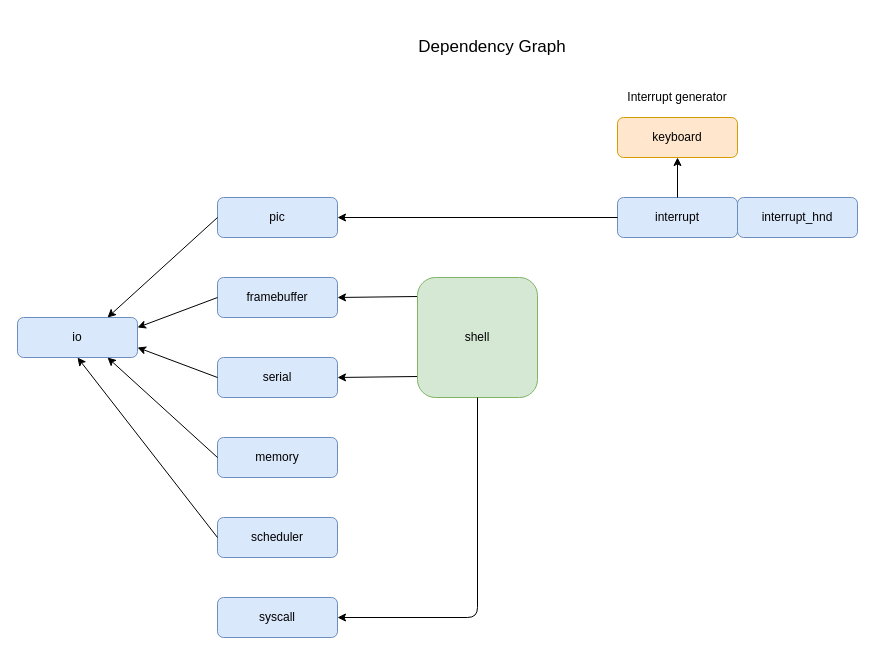
sandwichdoge/catchOS keeps this draw.io diagram as doc/Drafts/Dependency_Graph.drawio. Above is the earlier version. Source tidied: cells renumbered, new cells numbered last; positions are measured from the earlier drawing's top-left corner, leaving out a move shared by most shapes. Both pictures are drawn from the tidied source at 100%, with x=0, y=0 at pixel (17, 17).
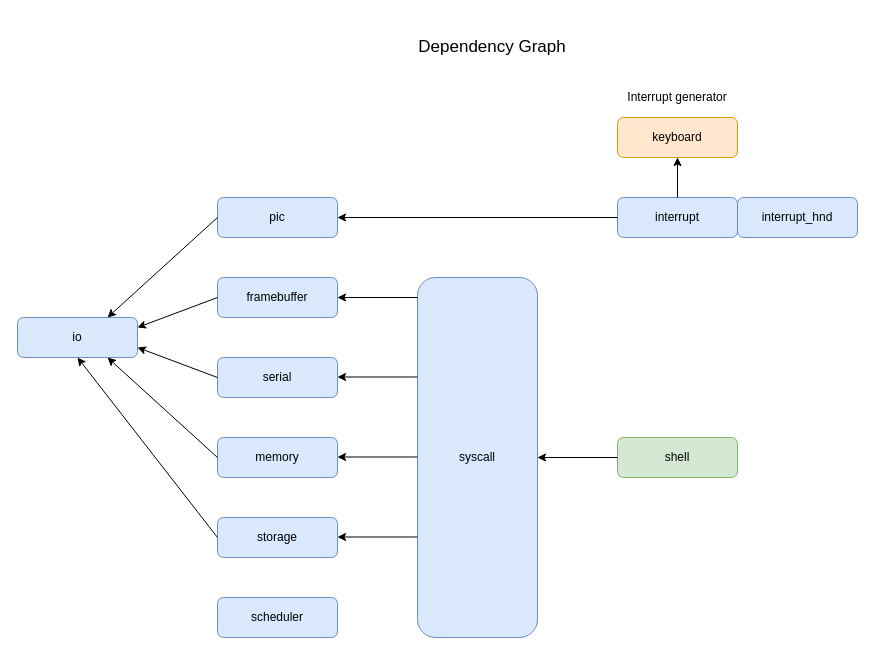
The same page after the edit.

Commit message (it also covers changes not shown here):
doc plan for syscall

Unchanged cells that the change refers to:
```xml
<mxCell id="2" value="io" style="rounded=1;whiteSpace=wrap;html=1;fillColor=#dae8fc;strokeColor=#6c8ebf;" parent="1" vertex="1">
  <mxGeometry y="300" width="120" height="40" as="geometry" />
</mxCell>
<mxCell id="5" value="framebuffer" style="rounded=1;whiteSpace=wrap;html=1;fillColor=#dae8fc;strokeColor=#6c8ebf;" parent="1" vertex="1">
  <mxGeometry x="200" y="260" width="120" height="40" as="geometry" />
</mxCell>
<mxCell id="6" value="serial" style="rounded=1;whiteSpace=wrap;html=1;fillColor=#dae8fc;strokeColor=#6c8ebf;" parent="1" vertex="1">
  <mxGeometry x="200" y="340" width="120" height="40" as="geometry" />
</mxCell>
```

What changed in the source:
```diff
@@
-    <mxCell id="14" value="scheduler" style="rounded=1;whiteSpace=wrap;html=1;fillColor=#dae8fc;strokeColor=#6c8ebf;" parent="1" vertex="1">
+    <mxCell id="14" value="storage" style="rounded=1;whiteSpace=wrap;html=1;fillColor=#dae8fc;strokeColor=#6c8ebf;" parent="1" vertex="1">
       <mxGeometry x="200" y="500" width="120" height="40" as="geometry" />
     </mxCell>
@@
-    <mxCell id="16" style="endArrow=classic;html=1;entryX=0.5;entryY=1;entryDx=0;entryDy=0;exitX=0;exitY=0.5;exitDx=0;exitDy=0;" parent="1" edge="1" source="14" target="2">
-      <mxGeometry relative="1" as="geometry" />
-    </mxCell>
@@
-    <mxCell id="20" style="endArrow=classic;html=1;entryX=1;entryY=0.5;entryDx=0;entryDy=0;" parent="1" edge="1" target="5">
-      <mxGeometry relative="1" as="geometry">
-        <mxPoint x="400" y="279" as="sourcePoint" />
-      </mxGeometry>
-    </mxCell>
-    <mxCell id="21" style="endArrow=classic;html=1;entryX=1;entryY=0.5;entryDx=0;entryDy=0;" parent="1" edge="1" target="6">
-      <mxGeometry relative="1" as="geometry">
-        <mxPoint x="400" y="359" as="sourcePoint" />
-      </mxGeometry>
-    </mxCell>
     <mxCell id="22" value="syscall" style="rounded=1;whiteSpace=wrap;html=1;fillColor=#dae8fc;strokeColor=#6c8ebf;" parent="1" vertex="1">
-      <mxGeometry x="200" y="580" width="120" height="40" as="geometry" />
+      <mxGeometry x="400" y="260" width="120" height="360" as="geometry" />
     </mxCell>
     <mxCell id="23" value="shell" style="rounded=1;whiteSpace=wrap;html=1;fillColor=#d5e8d4;strokeColor=#82b366;" parent="1" vertex="1">
-      <mxGeometry x="400" y="260" width="120" height="120" as="geometry" />
+      <mxGeometry x="600" y="420" width="120" height="40" as="geometry" />
     </mxCell>
-    <mxCell id="24" style="endArrow=classic;html=1;entryX=1;entryY=0.5;entryDx=0;entryDy=0;exitX=0.5;exitY=1;exitDx=0;exitDy=0;" parent="1" edge="1" source="23" target="22">
-      <mxGeometry relative="1" as="geometry">
-        <Array as="points">
-          <mxPoint x="460" y="600" />
-        </Array>
-      </mxGeometry>
+    <mxCell id="24" style="endArrow=classic;html=1;entryX=1;entryY=0.5;entryDx=0;entryDy=0;exitX=0;exitY=0.5;exitDx=0;exitDy=0;" parent="1" edge="1" source="23" target="22">
+      <mxGeometry relative="1" as="geometry" />
     </mxCell>
+    <mxCell id="25" style="endArrow=classic;html=1;entryX=1;entryY=0.5;entryDx=0;entryDy=0;" parent="1" edge="1" target="5">
+      <mxGeometry relative="1" as="geometry">
+        <mxPoint x="400" y="280" as="sourcePoint" />
+      </mxGeometry>
+    </mxCell>
+    <mxCell id="26" style="endArrow=classic;html=1;entryX=1;entryY=0.5;entryDx=0;entryDy=0;" parent="1" edge="1">
+      <mxGeometry relative="1" as="geometry">
+        <mxPoint x="400" y="439.5" as="sourcePoint" />
+        <mxPoint x="320" y="439.5" as="targetPoint" />
+      </mxGeometry>
+    </mxCell>
+    <mxCell id="27" value="scheduler" style="rounded=1;whiteSpace=wrap;html=1;fillColor=#dae8fc;strokeColor=#6c8ebf;" parent="1" vertex="1">
+      <mxGeometry x="200" y="580" width="120" height="40" as="geometry" />
+    </mxCell>
+    <mxCell id="28" style="endArrow=classic;html=1;entryX=0.75;entryY=1;entryDx=0;entryDy=0;exitX=0;exitY=0.5;exitDx=0;exitDy=0;" parent="1" edge="1" source="14">
+      <mxGeometry relative="1" as="geometry">
+        <mxPoint x="60" y="340" as="targetPoint" />
+      </mxGeometry>
+    </mxCell>
+    <mxCell id="29" style="endArrow=classic;html=1;entryX=1;entryY=0.5;entryDx=0;entryDy=0;" parent="1" edge="1">
+      <mxGeometry relative="1" as="geometry">
+        <mxPoint x="400" y="519.5" as="sourcePoint" />
+        <mxPoint x="320" y="519.5" as="targetPoint" />
+      </mxGeometry>
+    </mxCell>
+    <mxCell id="30" style="endArrow=classic;html=1;entryX=1;entryY=0.5;entryDx=0;entryDy=0;" parent="1" edge="1">
+      <mxGeometry relative="1" as="geometry">
+        <mxPoint x="400" y="359.5" as="sourcePoint" />
+        <mxPoint x="320" y="359.5" as="targetPoint" />
+      </mxGeometry>
+    </mxCell>
```
